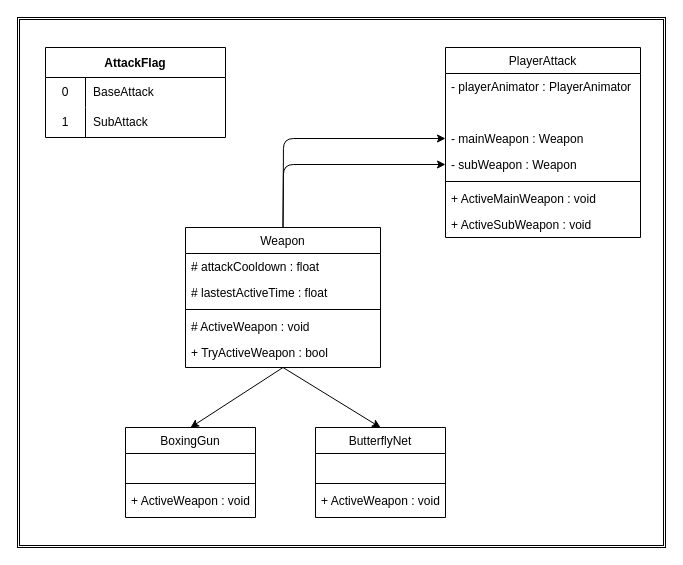
Above: ETC/UML/WeaponLogic.drawio in SEH00N/Eungabi (draw.io), before the change. Source tidied: cells renumbered, new cells numbered last; positions are measured from the earlier drawing's top-left corner, leaving out a move shared by most shapes. Both pictures are drawn from the tidied source at 100%, with x=0, y=0 at pixel (17, 17).
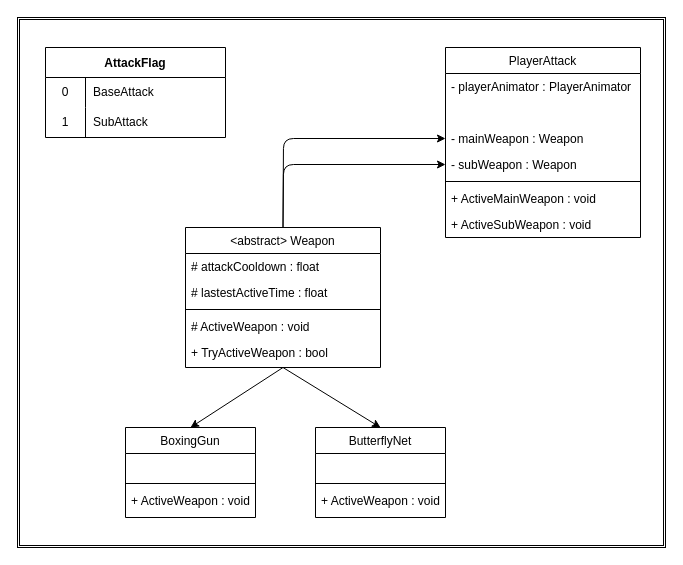
The same page after the edit.

What changed in the source:
```diff
@@
-    <mxCell id="15" value="Weapon" style="swimlane;fontStyle=0;align=center;verticalAlign=top;horizontal=1;startSize=26;rounded=0;shadow=0;strokeWidth=1;spacingTop=0;" parent="1" vertex="1">
+    <mxCell id="15" value="&lt;abstract&gt; Weapon" style="swimlane;fontStyle=0;align=center;verticalAlign=top;horizontal=1;startSize=26;rounded=0;shadow=0;strokeWidth=1;spacingTop=0;" parent="1" vertex="1">
       <mxGeometry x="168" y="210" width="195" height="140" as="geometry" />
     </mxCell>
```
